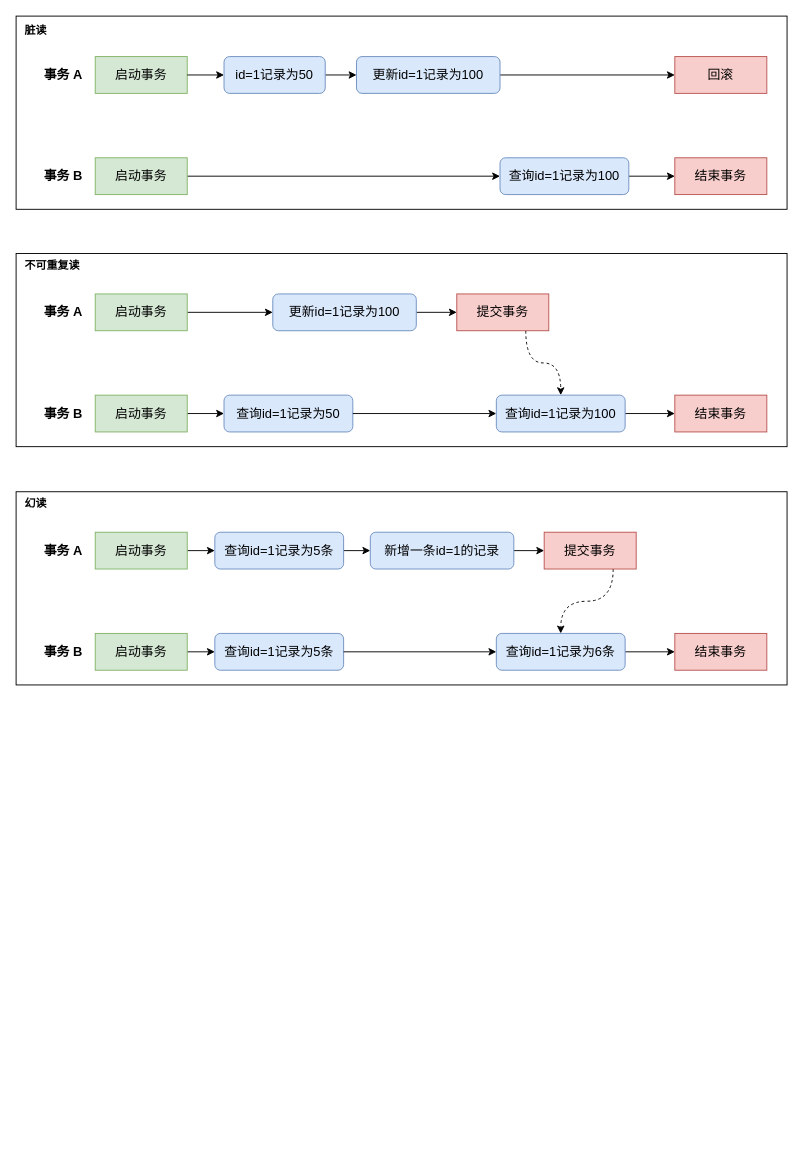
Before: mysql/mysql.drawio in Floweryu/my-diagrams, a draw.io diagram. Source tidied: cells renumbered, new cells numbered last; positions are measured from the earlier drawing's top-left corner, leaving out a move shared by most shapes. Both pictures are drawn from the tidied source at 92%, with x=0, y=0 at pixel (16, 16).
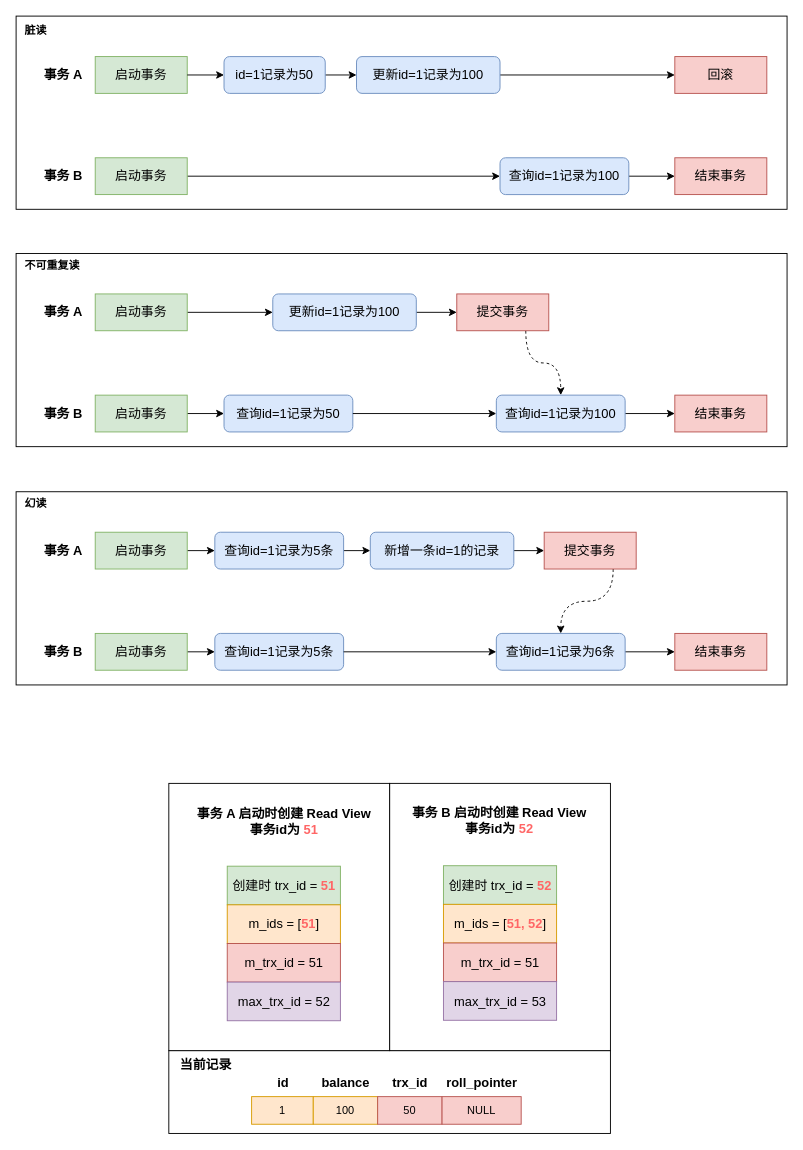
The same page after the edit.

What changed in the source:
```diff
@@
+    <mxCell id="54" style="rounded=0;whiteSpace=wrap;html=1;" parent="1" vertex="1">
+      <mxGeometry x="166" y="1124.5" width="480" height="90" as="geometry" />
+    </mxCell>
+    <mxCell id="55" style="rounded=0;whiteSpace=wrap;html=1;" parent="1" vertex="1">
+      <mxGeometry x="406" y="834" width="240" height="290.5" as="geometry" />
+    </mxCell>
+    <mxCell id="56" style="rounded=0;whiteSpace=wrap;html=1;" parent="1" vertex="1">
+      <mxGeometry x="166" y="834" width="240" height="290.5" as="geometry" />
+    </mxCell>
@@
+    <mxCell id="57" value="&lt;b style=&quot;font-size: 14px;&quot;&gt;事务 A 启动时创建 Read View&lt;br&gt;事务id为 &lt;font color=&quot;#ff6666&quot;&gt;51&lt;/font&gt;&lt;/b&gt;" style="text;html=1;align=center;verticalAlign=middle;strokeColor=none;fillColor=none;" parent="1" vertex="1">
+      <mxGeometry x="186" y="849.5" width="210" height="50" as="geometry" />
+    </mxCell>
+    <mxCell id="58" style="group;" parent="1" vertex="1">
+      <mxGeometry x="229.5" y="924" width="123" height="168" as="geometry" />
+    </mxCell>
+    <mxCell id="59" value="&lt;font style=&quot;font-size: 14px;&quot;&gt;创建时 trx_id = &lt;font color=&quot;#ff6666&quot;&gt;&lt;b&gt;51&lt;/b&gt;&lt;/font&gt;&lt;/font&gt;" style="rounded=0;whiteSpace=wrap;html=1;fillColor=#d5e8d4;strokeColor=#82b366;" parent="58" vertex="1">
+      <mxGeometry width="123" height="42" as="geometry" />
+    </mxCell>
+    <mxCell id="60" value="&lt;font style=&quot;font-size: 14px;&quot;&gt;m_ids = [&lt;font color=&quot;#ff6666&quot;&gt;&lt;b&gt;51&lt;/b&gt;&lt;/font&gt;]&lt;/font&gt;" style="rounded=0;whiteSpace=wrap;html=1;fillColor=#ffe6cc;strokeColor=#d79b00;" parent="58" vertex="1">
+      <mxGeometry y="42" width="123" height="42" as="geometry" />
+    </mxCell>
+    <mxCell id="61" value="&lt;font style=&quot;font-size: 14px;&quot;&gt;m_trx_id = 51&lt;/font&gt;" style="rounded=0;whiteSpace=wrap;html=1;fillColor=#f8cecc;strokeColor=#b85450;" parent="58" vertex="1">
+      <mxGeometry y="84" width="123" height="42" as="geometry" />
+    </mxCell>
+    <mxCell id="62" value="&lt;font style=&quot;font-size: 14px;&quot;&gt;max_trx_id = 52&lt;/font&gt;" style="rounded=0;whiteSpace=wrap;html=1;fillColor=#e1d5e7;strokeColor=#9673a6;" parent="58" vertex="1">
+      <mxGeometry y="126" width="123" height="42" as="geometry" />
+    </mxCell>
+    <mxCell id="63" value="&lt;font style=&quot;font-size: 14px;&quot;&gt;&lt;b&gt;事务 B 启动时创建 Read View&lt;br&gt;事务id为 &lt;font color=&quot;#ff6666&quot;&gt;52&lt;/font&gt;&lt;/b&gt;&lt;/font&gt;" style="text;html=1;align=center;verticalAlign=middle;strokeColor=none;fillColor=none;" parent="1" vertex="1">
+      <mxGeometry x="420" y="849" width="210" height="50" as="geometry" />
+    </mxCell>
+    <mxCell id="64" value="&lt;font style=&quot;font-size: 14px;&quot;&gt;创建时 trx_id = &lt;font color=&quot;#ff6666&quot;&gt;&lt;b&gt;52&lt;/b&gt;&lt;/font&gt;&lt;/font&gt;" style="rounded=0;whiteSpace=wrap;html=1;fillColor=#d5e8d4;strokeColor=#82b366;" parent="1" vertex="1">
+      <mxGeometry x="464.5" y="923.5" width="123" height="42" as="geometry" />
+    </mxCell>
+    <mxCell id="65" value="&lt;font style=&quot;font-size: 14px;&quot;&gt;m_ids = [&lt;font color=&quot;#ff6666&quot;&gt;&lt;b&gt;51, 52&lt;/b&gt;&lt;/font&gt;]&lt;/font&gt;" style="rounded=0;whiteSpace=wrap;html=1;fillColor=#ffe6cc;strokeColor=#d79b00;" parent="1" vertex="1">
+      <mxGeometry x="464.5" y="965.5" width="123" height="42" as="geometry" />
+    </mxCell>
+    <mxCell id="66" value="&lt;font style=&quot;font-size: 14px;&quot;&gt;m_trx_id = 51&lt;/font&gt;" style="rounded=0;whiteSpace=wrap;html=1;fillColor=#f8cecc;strokeColor=#b85450;" parent="1" vertex="1">
+      <mxGeometry x="464.5" y="1007.5" width="123" height="42" as="geometry" />
+    </mxCell>
+    <mxCell id="67" value="&lt;font style=&quot;font-size: 14px;&quot;&gt;max_trx_id = 53&lt;/font&gt;" style="rounded=0;whiteSpace=wrap;html=1;fillColor=#e1d5e7;strokeColor=#9673a6;" parent="1" vertex="1">
+      <mxGeometry x="464.5" y="1049.5" width="123" height="42" as="geometry" />
+    </mxCell>
+    <mxCell id="68" style="group;" parent="1" vertex="1">
+      <mxGeometry x="256" y="1144.5" width="300" height="60" as="geometry" />
+    </mxCell>
+    <mxCell id="69" value="1" style="rounded=0;whiteSpace=wrap;html=1;fillColor=#ffe6cc;strokeColor=#d79b00;" parent="68" vertex="1">
+      <mxGeometry y="30" width="67" height="30" as="geometry" />
+    </mxCell>
+    <mxCell id="70" value="100" style="rounded=0;whiteSpace=wrap;html=1;fillColor=#ffe6cc;strokeColor=#d79b00;" parent="68" vertex="1">
+      <mxGeometry x="67" y="30" width="70" height="30" as="geometry" />
+    </mxCell>
+    <mxCell id="71" value="50" style="rounded=0;whiteSpace=wrap;html=1;fillColor=#f8cecc;strokeColor=#b85450;" parent="68" vertex="1">
+      <mxGeometry x="137" y="30" width="70" height="30" as="geometry" />
+    </mxCell>
+    <mxCell id="72" value="NULL" style="rounded=0;whiteSpace=wrap;html=1;fillColor=#f8cecc;strokeColor=#b85450;" parent="68" vertex="1">
+      <mxGeometry x="207" y="30" width="86" height="30" as="geometry" />
+    </mxCell>
+    <mxCell id="73" value="&lt;b&gt;&lt;font style=&quot;font-size: 14px;&quot;&gt;id&lt;/font&gt;&lt;/b&gt;" style="text;html=1;align=center;verticalAlign=middle;strokeColor=none;fillColor=none;" parent="68" vertex="1">
+      <mxGeometry x="13.5" width="40" height="30" as="geometry" />
+    </mxCell>
+    <mxCell id="74" value="&lt;font style=&quot;font-size: 14px;&quot;&gt;&lt;b&gt;balance&lt;/b&gt;&lt;/font&gt;" style="text;html=1;align=center;verticalAlign=middle;strokeColor=none;fillColor=none;" parent="68" vertex="1">
+      <mxGeometry x="62" width="80" height="30" as="geometry" />
+    </mxCell>
+    <mxCell id="75" value="&lt;font style=&quot;font-size: 14px;&quot;&gt;&lt;b&gt;trx_id&lt;/b&gt;&lt;/font&gt;" style="text;html=1;align=center;verticalAlign=middle;strokeColor=none;fillColor=none;" parent="68" vertex="1">
+      <mxGeometry x="142" width="60" height="30" as="geometry" />
+    </mxCell>
+    <mxCell id="76" value="&lt;font style=&quot;font-size: 14px;&quot;&gt;&lt;b&gt;roll_pointer&lt;/b&gt;&lt;/font&gt;" style="text;html=1;align=center;verticalAlign=middle;strokeColor=none;fillColor=none;" parent="68" vertex="1">
+      <mxGeometry x="200" width="100" height="30" as="geometry" />
+    </mxCell>
+    <mxCell id="77" value="&lt;b&gt;&lt;font style=&quot;font-size: 14px;&quot;&gt;当前记录&lt;/font&gt;&lt;/b&gt;" style="text;html=1;align=center;verticalAlign=middle;strokeColor=none;fillColor=none;" parent="1" vertex="1">
+      <mxGeometry x="166" y="1124.5" width="80" height="30" as="geometry" />
+    </mxCell>
```
